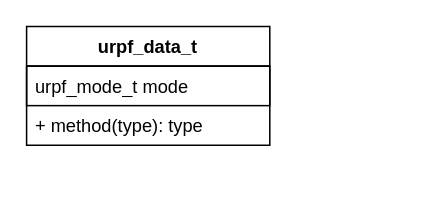
Above: new_map/urpf.drawio in jin13417/dpdk-vpp-learning (draw.io), before the change. Source tidied: cells renumbered, new cells numbered last; positions are measured from the earlier drawing's top-left corner, leaving out a move shared by most shapes. Both pictures are drawn from the tidied source at 152%, with x=0, y=0 at pixel (26, 26).
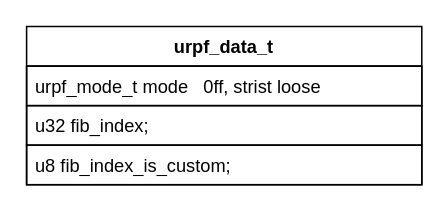
After the change.

Change to the diagram source:
```diff
@@
 <mxGraphModel>
   <root>
     <mxCell id="0" />
     <mxCell id="1" parent="0" />
     <mxCell id="2" value="urpf_data_t" style="swimlane;fontStyle=1;align=center;verticalAlign=top;horizontal=1;startSize=26;whiteSpace=wrap;html=1;" parent="1" vertex="1">
-      <mxGeometry width="160" height="78" as="geometry" />
+      <mxGeometry width="260" height="104" as="geometry" />
     </mxCell>
-    <mxCell id="3" value="urpf_mode_t mode" style="text;strokeColor=default;fillColor=none;align=left;verticalAlign=top;spacingLeft=4;spacingRight=4;overflow=hidden;whiteSpace=wrap;html=1;" parent="2" vertex="1">
-      <mxGeometry y="26" width="160" height="26" as="geometry" />
+    <mxCell id="3" value="urpf_mode_t mode&amp;nbsp; &amp;nbsp;0ff, strist loose" style="text;strokeColor=default;fillColor=none;align=left;verticalAlign=top;spacingLeft=4;spacingRight=4;overflow=hidden;whiteSpace=wrap;html=1;" parent="2" vertex="1">
+      <mxGeometry y="26" width="260" height="26" as="geometry" />
     </mxCell>
-    <mxCell id="4" value="+ method(type): type" style="text;strokeColor=none;fillColor=none;align=left;verticalAlign=top;spacingLeft=4;spacingRight=4;overflow=hidden;whiteSpace=wrap;html=1;" parent="2" vertex="1">
-      <mxGeometry y="52" width="160" height="26" as="geometry" />
+    <mxCell id="4" value="u32 fib_index;" style="text;strokeColor=default;fillColor=none;align=left;verticalAlign=top;spacingLeft=4;spacingRight=4;overflow=hidden;whiteSpace=wrap;html=1;" parent="2" vertex="1">
+      <mxGeometry y="52" width="260" height="26" as="geometry" />
     </mxCell>
+    <mxCell id="5" value="u8 fib_index_is_custom;" style="text;strokeColor=default;fillColor=none;align=left;verticalAlign=top;spacingLeft=4;spacingRight=4;overflow=hidden;whiteSpace=wrap;html=1;" parent="2" vertex="1">
+      <mxGeometry y="78" width="260" height="26" as="geometry" />
+    </mxCell>
   </root>
 </mxGraphModel>
```
